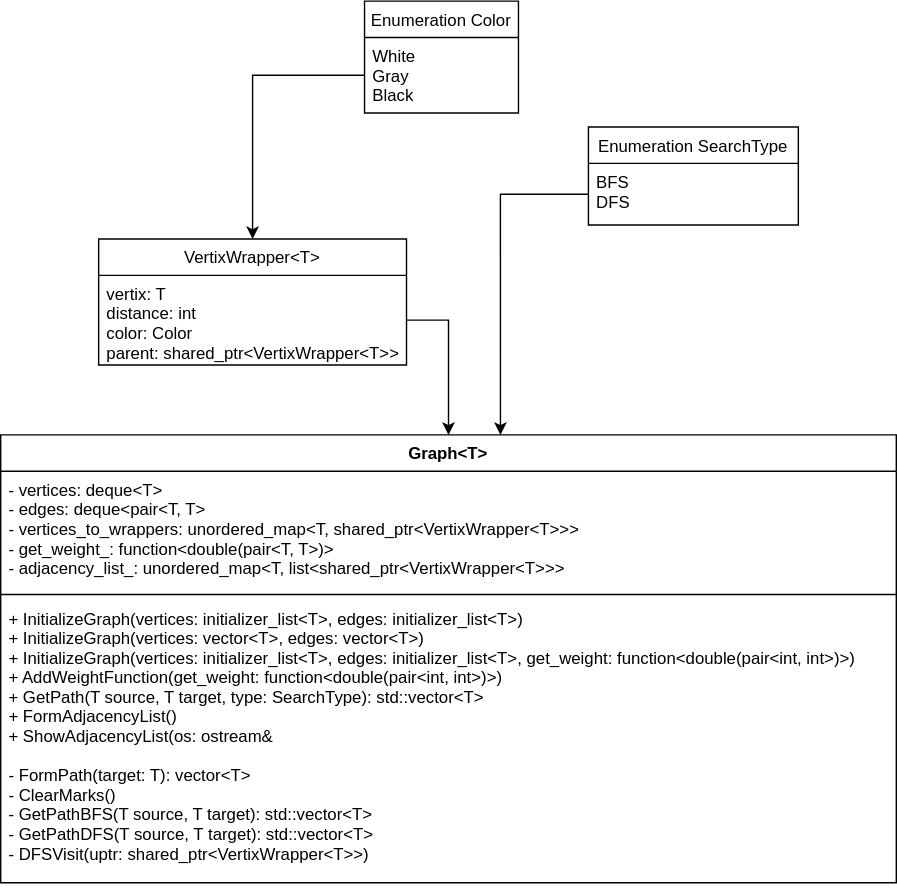
This is info/GraphAPI.svg from kryzhanovskiymax/GraphAPI, a draw.io export, as it was before one commit. Source tidied: cells renumbered, new cells last; positions are measured from the earlier drawing's top-left corner, leaving out a move shared by most shapes. Source of this version:
```xml
<mxGraphModel>
  <root>
    <mxCell id="0" />
    <mxCell id="1" parent="0" />
    <mxCell id="2" value="Graph&lt;T&gt;" style="swimlane;fontStyle=1;align=center;verticalAlign=top;horizontal=1;startSize=26;" parent="1" vertex="1">
      <mxGeometry y="310" width="640" height="320" as="geometry" />
    </mxCell>
    <mxCell id="3" value="- vertices: deque&lt;T&gt;&#10;- edges: deque&lt;pair&lt;T, T&gt;&#10;- vertices_to_wrappers: unordered_map&lt;T, shared_ptr&lt;VertixWrapper&lt;T&gt;&gt;&gt; &#10;- get_weight_: function&lt;double(pair&lt;T, T&gt;)&gt;&#10;- adjacency_list_: unordered_map&lt;T, list&lt;shared_ptr&lt;VertixWrapper&lt;T&gt;&gt;&gt;" style="text;strokeColor=none;fillColor=none;align=left;verticalAlign=top;spacingLeft=4;spacingRight=4;overflow=hidden;" parent="2" vertex="1">
      <mxGeometry y="26" width="640" height="84" as="geometry" />
    </mxCell>
    <mxCell id="4" style="line;strokeWidth=1;fillColor=none;align=left;verticalAlign=middle;spacingTop=-1;spacingLeft=3;spacingRight=3;labelPosition=right;" parent="2" vertex="1">
      <mxGeometry y="110" width="640" height="8" as="geometry" />
    </mxCell>
    <mxCell id="5" value="+ InitializeGraph(vertices: initializer_list&lt;T&gt;, edges: initializer_list&lt;T&gt;)&#10;+ InitializeGraph(vertices: vector&lt;T&gt;, edges: vector&lt;T&gt;)&#10;+ InitializeGraph(vertices: initializer_list&lt;T&gt;, edges: initializer_list&lt;T&gt;, get_weight: function&lt;double(pair&lt;int, int&gt;)&gt;)&#10;+ AddWeightFunction(get_weight: function&lt;double(pair&lt;int, int&gt;)&gt;)&#10;+ GetPath(T source, T target, type: SearchType): std::vector&lt;T&gt;&#10;+ FormAdjacencyList()&#10;+ ShowAdjacencyList(os: ostream&amp;&#10;&#10;- FormPath(target: T): vector&lt;T&gt;&#10;- ClearMarks()&#10;- GetPathBFS(T source, T target): std::vector&lt;T&gt;&#10;- GetPathDFS(T source, T target): std::vector&lt;T&gt;&#10;- DFSVisit(uptr: shared_ptr&lt;VertixWrapper&lt;T&gt;&gt;)" style="text;strokeColor=none;fillColor=none;align=left;verticalAlign=top;spacingLeft=4;spacingRight=4;overflow=hidden;" parent="2" vertex="1">
      <mxGeometry y="118" width="640" height="202" as="geometry" />
    </mxCell>
    <mxCell id="6" value="VertixWrapper&lt;T&gt;" style="swimlane;fontStyle=0;horizontal=1;startSize=26;fillColor=none;" parent="1" vertex="1">
      <mxGeometry x="70" y="170" width="220" height="90" as="geometry" />
    </mxCell>
    <mxCell id="7" value="vertix: T&#10;distance: int&#10;color: Color&#10;parent: shared_ptr&lt;VertixWrapper&lt;T&gt;&gt;" style="text;strokeColor=none;fillColor=none;align=left;verticalAlign=top;spacingLeft=4;spacingRight=4;overflow=hidden;points=[[0,0.5],[1,0.5]];portConstraint=eastwest;" parent="6" vertex="1">
      <mxGeometry y="26" width="220" height="64" as="geometry" />
    </mxCell>
    <mxCell id="8" value="Enumeration Color" style="swimlane;fontStyle=0;horizontal=1;startSize=26;fillColor=none;" parent="1" vertex="1">
      <mxGeometry x="260" width="110" height="80" as="geometry" />
    </mxCell>
    <mxCell id="9" value="White&#10;Gray&#10;Black&#10;" style="text;strokeColor=none;fillColor=none;align=left;verticalAlign=top;spacingLeft=4;spacingRight=4;overflow=hidden;points=[[0,0.5],[1,0.5]];portConstraint=eastwest;" parent="8" vertex="1">
      <mxGeometry y="26" width="110" height="54" as="geometry" />
    </mxCell>
    <mxCell id="10" style="edgeStyle=orthogonalEdgeStyle;rounded=0;jettySize=auto;html=1;exitX=0;exitY=0.5;exitDx=0;exitDy=0;" parent="1" edge="1" source="9" target="6">
      <mxGeometry relative="1" as="geometry" />
    </mxCell>
    <mxCell id="11" style="edgeStyle=orthogonalEdgeStyle;rounded=0;jettySize=auto;html=1;exitX=1;exitY=0.5;exitDx=0;exitDy=0;" parent="1" edge="1" source="7" target="2">
      <mxGeometry relative="1" as="geometry" />
    </mxCell>
    <mxCell id="12" value="Enumeration SearchType" style="swimlane;fontStyle=0;horizontal=1;startSize=26;fillColor=none;" parent="1" vertex="1">
      <mxGeometry x="420" y="90" width="150" height="70" as="geometry" />
    </mxCell>
    <mxCell id="13" value="BFS&#10;DFS" style="text;strokeColor=none;fillColor=none;align=left;verticalAlign=top;spacingLeft=4;spacingRight=4;overflow=hidden;points=[[0,0.5],[1,0.5]];portConstraint=eastwest;" parent="12" vertex="1">
      <mxGeometry y="26" width="150" height="44" as="geometry" />
    </mxCell>
    <mxCell id="14" style="edgeStyle=orthogonalEdgeStyle;rounded=0;jettySize=auto;html=1;exitX=0;exitY=0.5;exitDx=0;exitDy=0;entryX=0.558;entryY=0;entryDx=0;entryDy=0;entryPerimeter=0;" parent="1" edge="1" source="13" target="2">
      <mxGeometry relative="1" as="geometry" />
    </mxCell>
  </root>
</mxGraphModel>
```
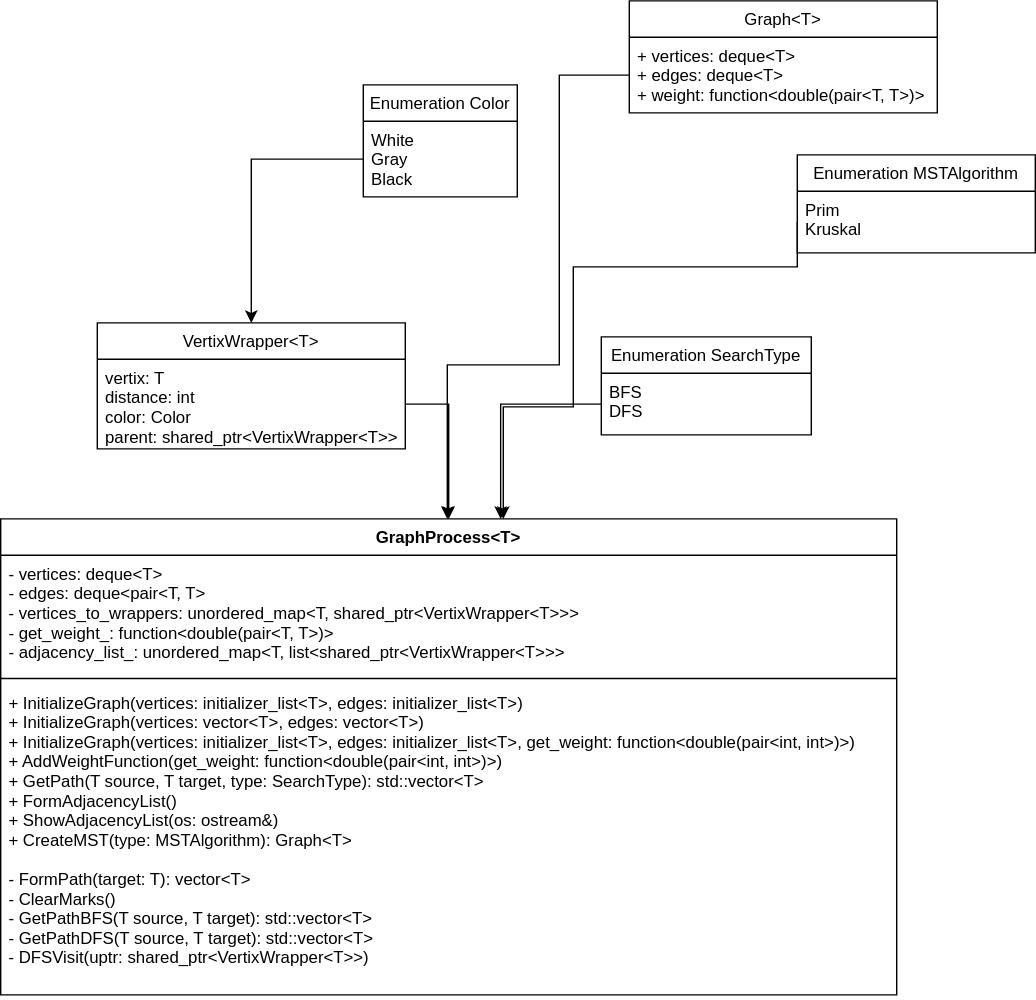
After the change.

Diff of the diagram source:
```diff
@@ -2,8 +2,8 @@
   <root>
     <mxCell id="0" />
     <mxCell id="1" parent="0" />
-    <mxCell id="2" value="Graph&lt;T&gt;" style="swimlane;fontStyle=1;align=center;verticalAlign=top;horizontal=1;startSize=26;" parent="1" vertex="1">
-      <mxGeometry y="310" width="640" height="320" as="geometry" />
+    <mxCell id="2" value="GraphProcess&lt;T&gt;" style="swimlane;fontStyle=1;align=center;verticalAlign=top;horizontal=1;startSize=26;" parent="1" vertex="1">
+      <mxGeometry x="1" y="310" width="640" height="340" as="geometry" />
     </mxCell>
     <mxCell id="3" value="- vertices: deque&lt;T&gt;&#10;- edges: deque&lt;pair&lt;T, T&gt;&#10;- vertices_to_wrappers: unordered_map&lt;T, shared_ptr&lt;VertixWrapper&lt;T&gt;&gt;&gt; &#10;- get_weight_: function&lt;double(pair&lt;T, T&gt;)&gt;&#10;- adjacency_list_: unordered_map&lt;T, list&lt;shared_ptr&lt;VertixWrapper&lt;T&gt;&gt;&gt;" style="text;strokeColor=none;fillColor=none;align=left;verticalAlign=top;spacingLeft=4;spacingRight=4;overflow=hidden;" parent="2" vertex="1">
       <mxGeometry y="26" width="640" height="84" as="geometry" />
@@ -11,8 +11,8 @@
     <mxCell id="4" style="line;strokeWidth=1;fillColor=none;align=left;verticalAlign=middle;spacingTop=-1;spacingLeft=3;spacingRight=3;labelPosition=right;" parent="2" vertex="1">
       <mxGeometry y="110" width="640" height="8" as="geometry" />
     </mxCell>
-    <mxCell id="5" value="+ InitializeGraph(vertices: initializer_list&lt;T&gt;, edges: initializer_list&lt;T&gt;)&#10;+ InitializeGraph(vertices: vector&lt;T&gt;, edges: vector&lt;T&gt;)&#10;+ InitializeGraph(vertices: initializer_list&lt;T&gt;, edges: initializer_list&lt;T&gt;, get_weight: function&lt;double(pair&lt;int, int&gt;)&gt;)&#10;+ AddWeightFunction(get_weight: function&lt;double(pair&lt;int, int&gt;)&gt;)&#10;+ GetPath(T source, T target, type: SearchType): std::vector&lt;T&gt;&#10;+ FormAdjacencyList()&#10;+ ShowAdjacencyList(os: ostream&amp;&#10;&#10;- FormPath(target: T): vector&lt;T&gt;&#10;- ClearMarks()&#10;- GetPathBFS(T source, T target): std::vector&lt;T&gt;&#10;- GetPathDFS(T source, T target): std::vector&lt;T&gt;&#10;- DFSVisit(uptr: shared_ptr&lt;VertixWrapper&lt;T&gt;&gt;)" style="text;strokeColor=none;fillColor=none;align=left;verticalAlign=top;spacingLeft=4;spacingRight=4;overflow=hidden;" parent="2" vertex="1">
-      <mxGeometry y="118" width="640" height="202" as="geometry" />
+    <mxCell id="5" value="+ InitializeGraph(vertices: initializer_list&lt;T&gt;, edges: initializer_list&lt;T&gt;)&#10;+ InitializeGraph(vertices: vector&lt;T&gt;, edges: vector&lt;T&gt;)&#10;+ InitializeGraph(vertices: initializer_list&lt;T&gt;, edges: initializer_list&lt;T&gt;, get_weight: function&lt;double(pair&lt;int, int&gt;)&gt;)&#10;+ AddWeightFunction(get_weight: function&lt;double(pair&lt;int, int&gt;)&gt;)&#10;+ GetPath(T source, T target, type: SearchType): std::vector&lt;T&gt;&#10;+ FormAdjacencyList()&#10;+ ShowAdjacencyList(os: ostream&amp;)&#10;+ CreateMST(type: MSTAlgorithm): Graph&lt;T&gt;&#10;&#10;- FormPath(target: T): vector&lt;T&gt;&#10;- ClearMarks()&#10;- GetPathBFS(T source, T target): std::vector&lt;T&gt;&#10;- GetPathDFS(T source, T target): std::vector&lt;T&gt;&#10;- DFSVisit(uptr: shared_ptr&lt;VertixWrapper&lt;T&gt;&gt;)" style="text;strokeColor=none;fillColor=none;align=left;verticalAlign=top;spacingLeft=4;spacingRight=4;overflow=hidden;" parent="2" vertex="1">
+      <mxGeometry y="118" width="640" height="222" as="geometry" />
     </mxCell>
     <mxCell id="6" value="VertixWrapper&lt;T&gt;" style="swimlane;fontStyle=0;horizontal=1;startSize=26;fillColor=none;" parent="1" vertex="1">
       <mxGeometry x="70" y="170" width="220" height="90" as="geometry" />
@@ -33,7 +33,7 @@
       <mxGeometry relative="1" as="geometry" />
     </mxCell>
     <mxCell id="12" value="Enumeration SearchType" style="swimlane;fontStyle=0;horizontal=1;startSize=26;fillColor=none;" parent="1" vertex="1">
-      <mxGeometry x="420" y="90" width="150" height="70" as="geometry" />
+      <mxGeometry x="430" y="180" width="150" height="70" as="geometry" />
     </mxCell>
     <mxCell id="13" value="BFS&#10;DFS" style="text;strokeColor=none;fillColor=none;align=left;verticalAlign=top;spacingLeft=4;spacingRight=4;overflow=hidden;points=[[0,0.5],[1,0.5]];portConstraint=eastwest;" parent="12" vertex="1">
       <mxGeometry y="26" width="150" height="44" as="geometry" />
@@ -41,5 +41,38 @@
     <mxCell id="14" style="edgeStyle=orthogonalEdgeStyle;rounded=0;jettySize=auto;html=1;exitX=0;exitY=0.5;exitDx=0;exitDy=0;entryX=0.558;entryY=0;entryDx=0;entryDy=0;entryPerimeter=0;" parent="1" edge="1" source="13" target="2">
       <mxGeometry relative="1" as="geometry" />
     </mxCell>
+    <mxCell id="15" value="Graph&lt;T&gt;" style="swimlane;fontStyle=0;horizontal=1;startSize=26;fillColor=none;" parent="1" vertex="1">
+      <mxGeometry x="450" y="-60" width="220" height="80" as="geometry" />
+    </mxCell>
+    <mxCell id="16" value="+ vertices: deque&lt;T&gt;&#10;+ edges: deque&lt;T&gt;&#10;+ weight: function&lt;double(pair&lt;T, T&gt;)&gt;" style="text;strokeColor=none;fillColor=none;align=left;verticalAlign=top;spacingLeft=4;spacingRight=4;overflow=hidden;points=[[0,0.5],[1,0.5]];portConstraint=eastwest;" parent="15" vertex="1">
+      <mxGeometry y="26" width="220" height="54" as="geometry" />
+    </mxCell>
+    <mxCell id="17" style="edgeStyle=orthogonalEdgeStyle;rounded=0;jettySize=auto;html=1;exitX=0;exitY=0.5;exitDx=0;exitDy=0;" parent="1" edge="1" source="16">
+      <mxGeometry relative="1" as="geometry">
+        <mxPoint x="320" y="310" as="targetPoint" />
+        <Array as="points">
+          <mxPoint x="400" y="-7" />
+          <mxPoint x="400" y="200" />
+          <mxPoint x="320" y="200" />
+        </Array>
+      </mxGeometry>
+    </mxCell>
+    <mxCell id="18" value="Enumeration MSTAlgorithm" style="swimlane;fontStyle=0;horizontal=1;startSize=26;fillColor=none;" parent="1" vertex="1">
+      <mxGeometry x="570" y="50" width="170" height="70" as="geometry" />
+    </mxCell>
+    <mxCell id="19" value="Prim&#10;Kruskal" style="text;strokeColor=none;fillColor=none;align=left;verticalAlign=top;spacingLeft=4;spacingRight=4;overflow=hidden;points=[[0,0.5],[1,0.5]];portConstraint=eastwest;" parent="18" vertex="1">
+      <mxGeometry y="26" width="170" height="44" as="geometry" />
+    </mxCell>
+    <mxCell id="20" style="edgeStyle=orthogonalEdgeStyle;rounded=0;jettySize=auto;html=1;exitX=0;exitY=0.5;exitDx=0;exitDy=0;" parent="1" edge="1" source="19">
+      <mxGeometry relative="1" as="geometry">
+        <mxPoint x="360" y="310" as="targetPoint" />
+        <Array as="points">
+          <mxPoint x="570" y="130" />
+          <mxPoint x="410" y="130" />
+          <mxPoint x="410" y="230" />
+          <mxPoint x="360" y="230" />
+        </Array>
+      </mxGeometry>
+    </mxCell>
   </root>
 </mxGraphModel>
```
